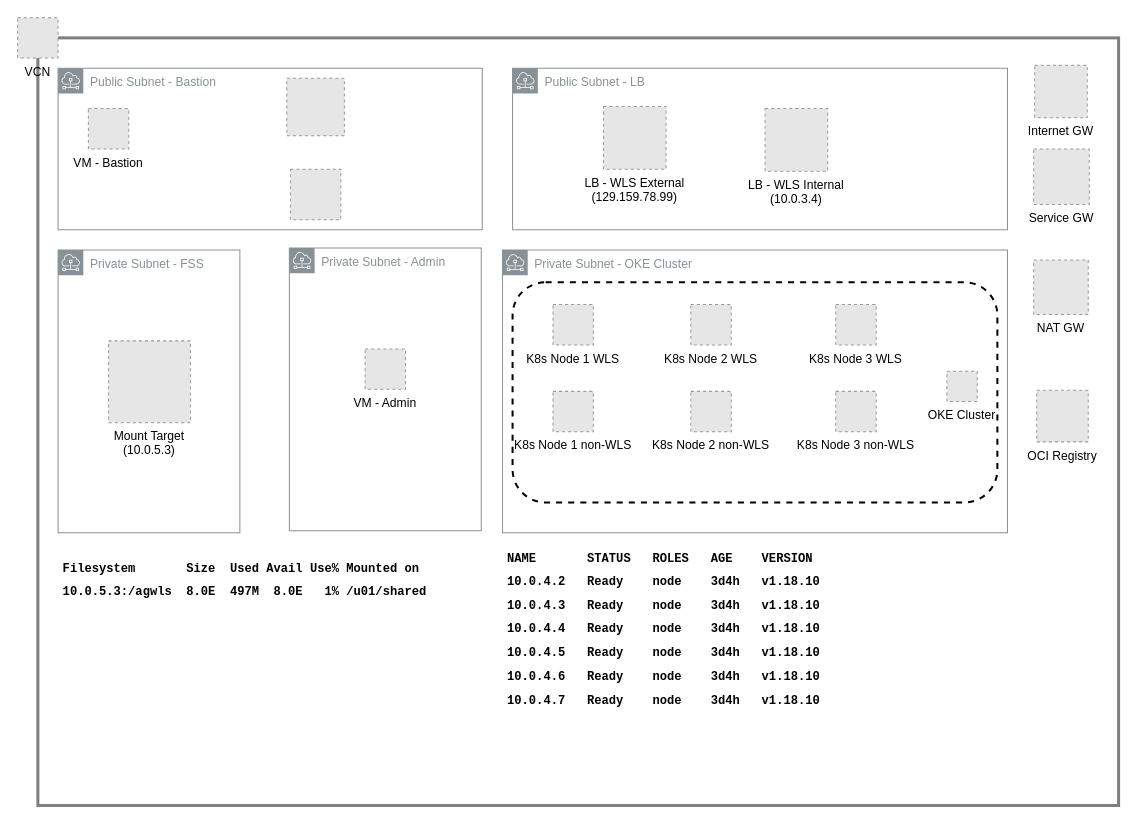
This is OCI WLS.drawio from agregory999/oci-architecture, a draw.io file, before an edit. Source tidied: cells renumbered, new cells numbered last; positions are measured from the earlier drawing's top-left corner, leaving out a move shared by most shapes. Both pictures are drawn from the tidied source at 101%, with x=0, y=0 at pixel (17, 17). Pictures stored in the file or linked from it are replaced by grey dashed boxes.
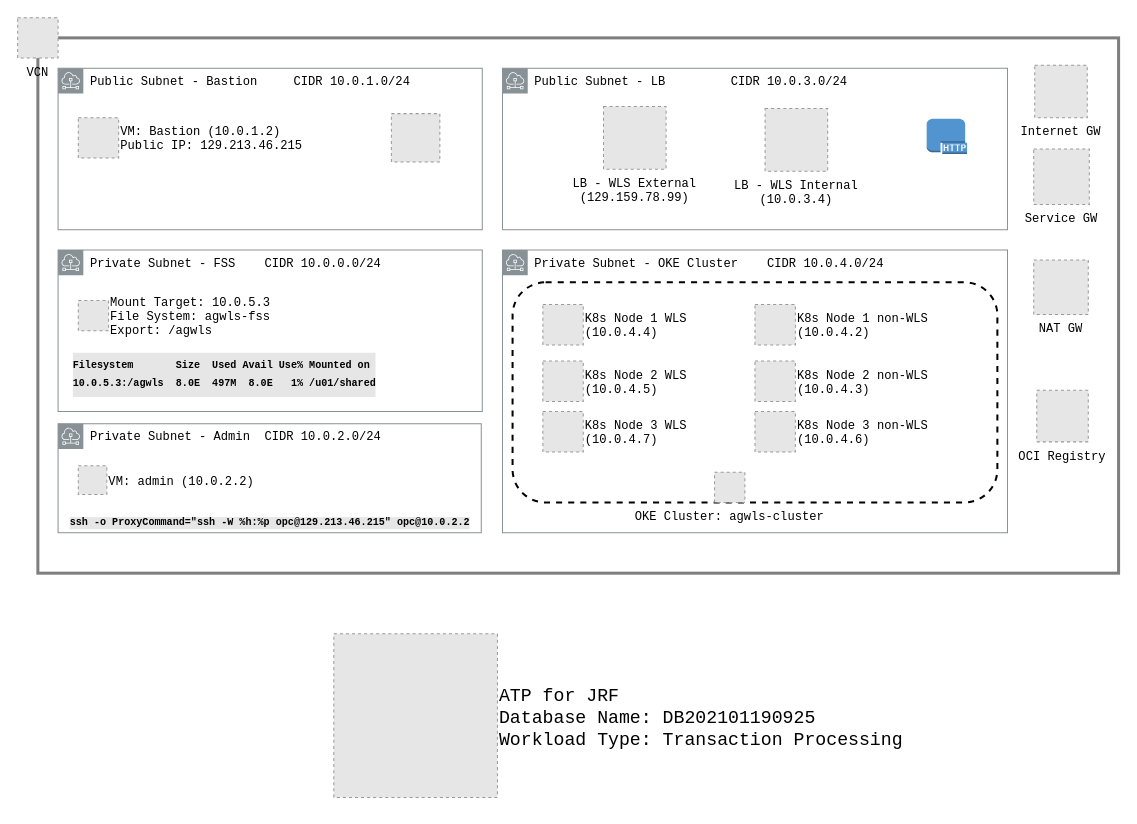
Above is the later version.

The edit, as a diff of the source:
```diff
@@
-    <mxCell id="2" style="rounded=0;whiteSpace=wrap;html=1;opacity=50;strokeWidth=3;perimeterSpacing=0;" parent="1" vertex="1">
-      <mxGeometry x="20" y="20" width="1070" height="760" as="geometry" />
+    <mxCell id="2" style="rounded=0;whiteSpace=wrap;html=1;opacity=50;strokeWidth=3;perimeterSpacing=0;fontFamily=Courier New;" parent="1" vertex="1">
+      <mxGeometry x="20" y="20" width="1070" height="530" as="geometry" />
     </mxCell>
-    <mxCell id="3" value="VCN" style="fillColor=#E6E6E6;strokeColor=#999999;dashed=1;verticalLabelPosition=bottom;verticalAlign=top;" parent="1" vertex="1">
+    <mxCell id="3" value="VCN" style="fillColor=#E6E6E6;strokeColor=#999999;dashed=1;verticalLabelPosition=bottom;verticalAlign=top;fontFamily=Courier New;" parent="1" vertex="1">
       <mxGeometry width="40" height="40" as="geometry" />
     </mxCell>
-    <mxCell id="4" value="Public Subnet - Bastion" style="gradientColor=none;html=1;whiteSpace=wrap;fontSize=12;fontStyle=0;shape=mxgraph.aws4.group;grIcon=mxgraph.aws4.group_subnet;strokeColor=#879196;fillColor=none;verticalAlign=top;align=left;spacingLeft=30;fontColor=#879196;dashed=0;" parent="1" vertex="1">
+    <mxCell id="4" value="Public Subnet - Bastion &amp;nbsp; &amp;nbsp;&amp;nbsp;CIDR 10.0.1.0/24" style="gradientColor=none;html=1;whiteSpace=wrap;fontSize=12;fontStyle=0;shape=mxgraph.aws4.group;grIcon=mxgraph.aws4.group_subnet;strokeColor=#879196;fillColor=none;verticalAlign=top;align=left;spacingLeft=30;dashed=0;fontFamily=Courier New;" parent="1" vertex="1">
       <mxGeometry x="40" y="50" width="420" height="160" as="geometry" />
     </mxCell>
-    <mxCell id="5" value="Public Subnet - LB" style="gradientColor=none;html=1;whiteSpace=wrap;fontSize=12;fontStyle=0;shape=mxgraph.aws4.group;grIcon=mxgraph.aws4.group_subnet;strokeColor=#879196;fillColor=none;verticalAlign=top;align=left;spacingLeft=30;fontColor=#879196;dashed=0;" parent="1" vertex="1">
-      <mxGeometry x="490" y="50" width="490" height="160" as="geometry" />
+    <mxCell id="5" value="Public Subnet - LB &amp;nbsp; &amp;nbsp; &amp;nbsp; &amp;nbsp; CIDR 10.0.3.0/24&amp;nbsp;" style="gradientColor=none;html=1;whiteSpace=wrap;fontSize=12;fontStyle=0;shape=mxgraph.aws4.group;grIcon=mxgraph.aws4.group_subnet;strokeColor=#879196;fillColor=none;verticalAlign=top;align=left;spacingLeft=30;dashed=0;fontFamily=Courier New;" parent="1" vertex="1">
+      <mxGeometry x="480" y="50" width="500" height="160" as="geometry" />
     </mxCell>
-    <mxCell id="6" value="Internet GW" style="fillColor=#E6E6E6;strokeColor=#999999;dashed=1;verticalLabelPosition=bottom;verticalAlign=top;" parent="1" vertex="1">
+    <mxCell id="6" value="Internet GW" style="fillColor=#E6E6E6;strokeColor=#999999;dashed=1;verticalLabelPosition=bottom;verticalAlign=top;fontFamily=Courier New;" parent="1" vertex="1">
       <mxGeometry x="1007" y="47" width="52" height="52" as="geometry" />
     </mxCell>
-    <mxCell id="7" value="LB - WLS External&#10;(129.159.78.99)" style="fillColor=#E6E6E6;strokeColor=#999999;dashed=1;verticalLabelPosition=bottom;verticalAlign=top;rotation=0;" parent="1" vertex="1">
+    <mxCell id="7" value="LB - WLS External&#10;(129.159.78.99)" style="fillColor=#E6E6E6;strokeColor=#999999;dashed=1;verticalLabelPosition=bottom;verticalAlign=top;rotation=0;fontFamily=Courier New;" parent="1" vertex="1">
       <mxGeometry x="580" y="88" width="62" height="62" as="geometry" />
     </mxCell>
-    <mxCell id="8" value="Service GW" style="fillColor=#E6E6E6;strokeColor=#999999;dashed=1;verticalLabelPosition=bottom;verticalAlign=top;" parent="1" vertex="1">
+    <mxCell id="8" value="Service GW" style="fillColor=#E6E6E6;strokeColor=#999999;dashed=1;verticalLabelPosition=bottom;verticalAlign=top;fontFamily=Courier New;" parent="1" vertex="1">
       <mxGeometry x="1006" y="130" width="55" height="55" as="geometry" />
     </mxCell>
-    <mxCell id="9" style="fillColor=#E6E6E6;strokeColor=#999999;dashed=1;verticalLabelPosition=bottom;verticalAlign=top;" parent="1" vertex="1">
-      <mxGeometry x="266.5" y="60" width="57" height="57" as="geometry" />
-    </mxCell>
-    <mxCell id="10" style="fillColor=#E6E6E6;strokeColor=#999999;dashed=1;verticalLabelPosition=bottom;verticalAlign=top;" parent="1" vertex="1">
-      <mxGeometry x="270" y="150" width="50" height="50" as="geometry" />
-    </mxCell>
-    <mxCell id="11" value="VM - Bastion" style="fillColor=#E6E6E6;strokeColor=#999999;dashed=1;verticalLabelPosition=bottom;verticalAlign=top;" parent="1" vertex="1">
-      <mxGeometry x="70" y="90" width="40" height="40" as="geometry" />
+    <mxCell id="11" value="VM: Bastion (10.0.1.2)&#10;Public IP: 129.213.46.215" style="fillColor=#E6E6E6;strokeColor=#999999;dashed=1;verticalLabelPosition=middle;verticalAlign=middle;fontFamily=Courier New;labelPosition=right;align=left;" parent="1" vertex="1">
+      <mxGeometry x="60" y="99" width="40" height="40" as="geometry" />
     </mxCell>
-    <mxCell id="12" value="NAT GW" style="fillColor=#E6E6E6;strokeColor=#999999;dashed=1;verticalLabelPosition=bottom;verticalAlign=top;" parent="1" vertex="1">
+    <mxCell id="12" value="NAT GW" style="fillColor=#E6E6E6;strokeColor=#999999;dashed=1;verticalLabelPosition=bottom;verticalAlign=top;fontFamily=Courier New;" parent="1" vertex="1">
       <mxGeometry x="1006" y="240" width="54" height="54" as="geometry" />
     </mxCell>
-    <mxCell id="13" value="LB - WLS Internal&#10;(10.0.3.4)" style="fillColor=#E6E6E6;strokeColor=#999999;dashed=1;verticalLabelPosition=bottom;verticalAlign=top;rotation=0;" parent="1" vertex="1">
+    <mxCell id="13" value="LB - WLS Internal&#10;(10.0.3.4)" style="fillColor=#E6E6E6;strokeColor=#999999;dashed=1;verticalLabelPosition=bottom;verticalAlign=top;rotation=0;fontFamily=Courier New;" parent="1" vertex="1">
       <mxGeometry x="740" y="90" width="62" height="62" as="geometry" />
     </mxCell>
-    <mxCell id="14" value="OCI Registry" style="fillColor=#E6E6E6;strokeColor=#999999;dashed=1;verticalLabelPosition=bottom;verticalAlign=top;" parent="1" vertex="1">
+    <mxCell id="14" value="OCI Registry" style="fillColor=#E6E6E6;strokeColor=#999999;dashed=1;verticalLabelPosition=bottom;verticalAlign=top;fontFamily=Courier New;" parent="1" vertex="1">
       <mxGeometry x="1009" y="369" width="51" height="51" as="geometry" />
     </mxCell>
-    <mxCell id="15" style="group;" parent="1" vertex="1">
+    <mxCell id="15" style="group;fontFamily=Courier New;" parent="1" vertex="1">
       <mxGeometry x="630" y="15" width="350" height="495" as="geometry" />
     </mxCell>
-    <mxCell id="16" style="group;" parent="15" vertex="1">
+    <mxCell id="16" style="group;fontFamily=Courier New;" parent="15" vertex="1">
       <mxGeometry x="-150" y="215" width="500" height="280" as="geometry" />
     </mxCell>
-    <mxCell id="17" style="rounded=1;whiteSpace=wrap;html=1;strokeWidth=2;dashed=1;" parent="16" vertex="1">
+    <mxCell id="17" style="rounded=1;whiteSpace=wrap;html=1;strokeWidth=2;dashed=1;fontFamily=Courier New;" parent="16" vertex="1">
       <mxGeometry x="10" y="32" width="480" height="218" as="geometry" />
     </mxCell>
-    <mxCell id="18" value="Private Subnet - OKE Cluster" style="gradientColor=none;html=1;whiteSpace=wrap;fontSize=12;fontStyle=0;shape=mxgraph.aws4.group;grIcon=mxgraph.aws4.group_subnet;strokeColor=#879196;fillColor=none;verticalAlign=top;align=left;spacingLeft=30;fontColor=#879196;dashed=0;" parent="16" vertex="1">
+    <mxCell id="18" value="&lt;font color=&quot;#000000&quot;&gt;Private Subnet - OKE Cluster &amp;nbsp; &amp;nbsp;CIDR 10.0.4.0/24&lt;/font&gt;" style="gradientColor=none;html=1;whiteSpace=wrap;fontSize=12;fontStyle=0;shape=mxgraph.aws4.group;grIcon=mxgraph.aws4.group_subnet;strokeColor=#879196;fillColor=none;verticalAlign=top;align=left;spacingLeft=30;fontColor=#879196;dashed=0;fontFamily=Courier New;" parent="16" vertex="1">
       <mxGeometry width="500" height="280" as="geometry" />
     </mxCell>
-    <mxCell id="19" value="OKE Cluster" style="fillColor=#E6E6E6;strokeColor=#999999;dashed=1;verticalLabelPosition=bottom;verticalAlign=top;" parent="16" vertex="1">
-      <mxGeometry x="440" y="120" width="30" height="30" as="geometry" />
+    <mxCell id="19" value="OKE Cluster: agwls-cluster" style="fillColor=#E6E6E6;strokeColor=#999999;dashed=1;verticalLabelPosition=bottom;verticalAlign=top;fontFamily=Courier New;" parent="16" vertex="1">
+      <mxGeometry x="210" y="220" width="30" height="30" as="geometry" />
     </mxCell>
-    <mxCell id="20" value="K8s Node 1 WLS" style="fillColor=#E6E6E6;strokeColor=#999999;dashed=1;verticalLabelPosition=bottom;verticalAlign=top;" parent="16" vertex="1">
-      <mxGeometry x="50" y="54" width="40" height="40" as="geometry" />
+    <mxCell id="20" value="K8s Node 1 WLS&#10;(10.0.4.4)" style="fillColor=#E6E6E6;strokeColor=#999999;dashed=1;verticalLabelPosition=middle;verticalAlign=middle;fontFamily=Courier New;labelPosition=right;align=left;" parent="16" vertex="1">
+      <mxGeometry x="40" y="54" width="40" height="40" as="geometry" />
     </mxCell>
-    <mxCell id="21" value="K8s Node 1 non-WLS" style="fillColor=#E6E6E6;strokeColor=#999999;dashed=1;verticalLabelPosition=bottom;verticalAlign=top;" parent="16" vertex="1">
-      <mxGeometry x="50" y="140" width="40" height="40" as="geometry" />
+    <mxCell id="21" value="K8s Node 1 non-WLS&#10;(10.0.4.2)" style="fillColor=#E6E6E6;strokeColor=#999999;dashed=1;verticalLabelPosition=middle;verticalAlign=middle;fontFamily=Courier New;labelPosition=right;align=left;" parent="16" vertex="1">
+      <mxGeometry x="250" y="54" width="40" height="40" as="geometry" />
     </mxCell>
-    <mxCell id="22" value="K8s Node 2 non-WLS" style="fillColor=#E6E6E6;strokeColor=#999999;dashed=1;verticalLabelPosition=bottom;verticalAlign=top;" parent="16" vertex="1">
-      <mxGeometry x="186.5" y="140" width="40" height="40" as="geometry" />
+    <mxCell id="22" value="K8s Node 2 non-WLS&#10;(10.0.4.3)" style="fillColor=#E6E6E6;strokeColor=#999999;dashed=1;verticalLabelPosition=middle;verticalAlign=middle;fontFamily=Courier New;labelPosition=right;align=left;" parent="16" vertex="1">
+      <mxGeometry x="250" y="110" width="40" height="40" as="geometry" />
     </mxCell>
-    <mxCell id="23" value="K8s Node 2 WLS" style="fillColor=#E6E6E6;strokeColor=#999999;dashed=1;verticalLabelPosition=bottom;verticalAlign=top;" parent="16" vertex="1">
-      <mxGeometry x="186.5" y="54" width="40" height="40" as="geometry" />
+    <mxCell id="23" value="K8s Node 2 WLS&#10;(10.0.4.5)" style="fillColor=#E6E6E6;strokeColor=#999999;dashed=1;verticalLabelPosition=middle;verticalAlign=middle;fontFamily=Courier New;labelPosition=right;align=left;" parent="16" vertex="1">
+      <mxGeometry x="40" y="110" width="40" height="40" as="geometry" />
     </mxCell>
-    <mxCell id="24" value="K8s Node 3 WLS" style="fillColor=#E6E6E6;strokeColor=#999999;dashed=1;verticalLabelPosition=bottom;verticalAlign=top;" parent="16" vertex="1">
-      <mxGeometry x="330" y="54" width="40" height="40" as="geometry" />
+    <mxCell id="24" value="K8s Node 3 WLS&#10;(10.0.4.7)" style="fillColor=#E6E6E6;strokeColor=#999999;dashed=1;verticalLabelPosition=middle;verticalAlign=middle;fontFamily=Courier New;labelPosition=right;align=left;" parent="16" vertex="1">
+      <mxGeometry x="40" y="160" width="40" height="40" as="geometry" />
     </mxCell>
-    <mxCell id="25" value="K8s Node 3 non-WLS" style="fillColor=#E6E6E6;strokeColor=#999999;dashed=1;verticalLabelPosition=bottom;verticalAlign=top;" parent="16" vertex="1">
-      <mxGeometry x="330" y="140" width="40" height="40" as="geometry" />
+    <mxCell id="25" value="K8s Node 3 non-WLS&#10;(10.0.4.6)" style="fillColor=#E6E6E6;strokeColor=#999999;dashed=1;verticalLabelPosition=middle;verticalAlign=middle;fontFamily=Courier New;labelPosition=right;align=left;" parent="16" vertex="1">
+      <mxGeometry x="250" y="160" width="40" height="40" as="geometry" />
     </mxCell>
+    <mxCell id="33" style="dashed=0;verticalLabelPosition=bottom;verticalAlign=top;align=center;html=1;shape=mxgraph.aws3.http_protocol;fillColor=#5294CF;gradientColor=none;rounded=1;labelBackgroundColor=#E6E6E6;strokeWidth=2;fontFamily=Courier New;fontSize=10;fontColor=#3333FF;" parent="15" vertex="1">
+      <mxGeometry x="270" y="85" width="40" height="35" as="geometry" />
+    </mxCell>
-    <mxCell id="26" style="group;" parent="1" vertex="1">
-      <mxGeometry x="269" y="228" width="190" height="280" as="geometry" />
+    <mxCell id="26" style="group;fontFamily=Courier New;" parent="1" vertex="1">
+      <mxGeometry x="40" y="402" width="420" height="108" as="geometry" />
     </mxCell>
-    <mxCell id="27" value="Private Subnet - Admin" style="gradientColor=none;html=1;whiteSpace=wrap;fontSize=12;fontStyle=0;shape=mxgraph.aws4.group;grIcon=mxgraph.aws4.group_subnet;strokeColor=#879196;fillColor=none;verticalAlign=top;align=left;spacingLeft=30;fontColor=#879196;dashed=0;" parent="26" vertex="1">
-      <mxGeometry width="190" height="280" as="geometry" />
+    <mxCell id="27" value="&lt;font color=&quot;#000000&quot;&gt;Private Subnet - Admin &amp;nbsp;CIDR 10.0.2.0/24&lt;/font&gt;" style="gradientColor=none;html=1;whiteSpace=wrap;fontSize=12;fontStyle=0;shape=mxgraph.aws4.group;grIcon=mxgraph.aws4.group_subnet;strokeColor=#879196;fillColor=none;verticalAlign=top;align=left;spacingLeft=30;fontColor=#879196;dashed=0;fontFamily=Courier New;" parent="26" vertex="1">
+      <mxGeometry width="419" height="108" as="geometry" />
     </mxCell>
-    <mxCell id="28" value="VM - Admin" style="fillColor=#E6E6E6;strokeColor=#999999;dashed=1;verticalLabelPosition=bottom;verticalAlign=top;" parent="26" vertex="1">
-      <mxGeometry x="75" y="100" width="40" height="40" as="geometry" />
+    <mxCell id="28" value="VM: admin (10.0.2.2)" style="fillColor=#E6E6E6;strokeColor=#999999;dashed=1;verticalLabelPosition=middle;verticalAlign=middle;fontFamily=Courier New;align=left;labelPosition=right;" parent="26" vertex="1">
+      <mxGeometry x="20" y="41.7" width="28.3" height="28.3" as="geometry" />
     </mxCell>
+    <mxCell id="34" value="&lt;font color=&quot;#000000&quot; style=&quot;font-size: 10px;&quot;&gt;ssh -o ProxyCommand=&quot;ssh -W %h:%p opc@129.213.46.215&quot; opc@10.0.2.2&lt;/font&gt;" style="text;html=1;strokeColor=none;fillColor=none;align=center;verticalAlign=middle;whiteSpace=wrap;rounded=0;dashed=1;fontSize=10;fontColor=#3333FF;fontStyle=1;labelBackgroundColor=#E6E6E6;fontFamily=Courier New;" parent="26" vertex="1">
+      <mxGeometry y="88" width="420" height="20" as="geometry" />
+    </mxCell>
-    <mxCell id="29" value="Private Subnet - FSS" style="gradientColor=none;html=1;whiteSpace=wrap;fontSize=12;fontStyle=0;shape=mxgraph.aws4.group;grIcon=mxgraph.aws4.group_subnet;strokeColor=#879196;fillColor=none;verticalAlign=top;align=left;spacingLeft=30;fontColor=#879196;dashed=0;" parent="1" vertex="1">
-      <mxGeometry x="40" y="230" width="180" height="280" as="geometry" />
+    <mxCell id="29" value="Private Subnet - FSS &amp;nbsp; &amp;nbsp;CIDR 10.0.0.0/24" style="gradientColor=none;html=1;whiteSpace=wrap;fontSize=12;fontStyle=0;shape=mxgraph.aws4.group;grIcon=mxgraph.aws4.group_subnet;strokeColor=#879196;fillColor=none;verticalAlign=top;align=left;spacingLeft=30;dashed=0;fontFamily=Courier New;" parent="1" vertex="1">
+      <mxGeometry x="40" y="230" width="420" height="160" as="geometry" />
     </mxCell>
-    <mxCell id="30" value="Mount Target&#10;(10.0.5.3)" style="fillColor=#E6E6E6;strokeColor=#999999;dashed=1;verticalLabelPosition=bottom;verticalAlign=top;" parent="1" vertex="1">
-      <mxGeometry x="90" y="320" width="81" height="81" as="geometry" />
+    <mxCell id="30" value="Mount Target: 10.0.5.3&#10;File System: agwls-fss&#10;Export: /agwls" style="fillColor=#E6E6E6;strokeColor=#999999;dashed=1;verticalLabelPosition=middle;verticalAlign=middle;fontFamily=Courier New;align=left;labelPosition=right;" parent="1" vertex="1">
+      <mxGeometry x="60" y="280" width="30" height="30" as="geometry" />
     </mxCell>
-    <mxCell id="31" value="&lt;h1 style=&quot;font-size: 12px&quot;&gt;&lt;font style=&quot;font-size: 12px&quot; face=&quot;Courier New&quot;&gt;NAME &amp;nbsp; &amp;nbsp; &amp;nbsp; STATUS &amp;nbsp; ROLES &amp;nbsp; AGE &amp;nbsp; &amp;nbsp;VERSION&lt;/font&gt;&lt;/h1&gt;&lt;h1 style=&quot;font-size: 12px&quot;&gt;&lt;font style=&quot;font-size: 12px&quot; face=&quot;Courier New&quot;&gt;10.0.4.2 &amp;nbsp; Ready &amp;nbsp; &amp;nbsp;node &amp;nbsp; &amp;nbsp;3d4h &amp;nbsp; v1.18.10&lt;/font&gt;&lt;/h1&gt;&lt;h1 style=&quot;font-size: 12px&quot;&gt;&lt;font style=&quot;font-size: 12px&quot; face=&quot;Courier New&quot;&gt;10.0.4.3 &amp;nbsp; Ready &amp;nbsp; &amp;nbsp;node &amp;nbsp; &amp;nbsp;3d4h &amp;nbsp; v1.18.10&lt;/font&gt;&lt;/h1&gt;&lt;h1 style=&quot;font-size: 12px&quot;&gt;&lt;font style=&quot;font-size: 12px&quot; face=&quot;Courier New&quot;&gt;10.0.4.4 &amp;nbsp; Ready &amp;nbsp; &amp;nbsp;node &amp;nbsp; &amp;nbsp;3d4h &amp;nbsp; v1.18.10&lt;/font&gt;&lt;/h1&gt;&lt;h1 style=&quot;font-size: 12px&quot;&gt;&lt;font style=&quot;font-size: 12px&quot; face=&quot;Courier New&quot;&gt;10.0.4.5 &amp;nbsp; Ready &amp;nbsp; &amp;nbsp;node &amp;nbsp; &amp;nbsp;3d4h &amp;nbsp; v1.18.10&lt;/font&gt;&lt;/h1&gt;&lt;h1 style=&quot;font-size: 12px&quot;&gt;&lt;font style=&quot;font-size: 12px&quot; face=&quot;Courier New&quot;&gt;10.0.4.6 &amp;nbsp; Ready &amp;nbsp; &amp;nbsp;node &amp;nbsp; &amp;nbsp;3d4h &amp;nbsp; v1.18.10&lt;/font&gt;&lt;/h1&gt;&lt;h1 style=&quot;font-size: 12px&quot;&gt;&lt;font style=&quot;font-size: 12px&quot; face=&quot;Courier New&quot;&gt;10.0.4.7 &amp;nbsp; Ready &amp;nbsp; &amp;nbsp;node &amp;nbsp; &amp;nbsp;3d4h &amp;nbsp; v1.18.10&lt;/font&gt;&lt;/h1&gt;" style="text;html=1;strokeColor=none;fillColor=none;spacing=5;spacingTop=-20;whiteSpace=wrap;overflow=hidden;rounded=0;dashed=1;fontSize=9;" parent="1" vertex="1">
-      <mxGeometry x="480" y="530" width="550" height="200" as="geometry" />
-    </mxCell>
-    <mxCell id="32" value="&lt;h1 style=&quot;font-size: 12px;&quot;&gt;&lt;font style=&quot;font-size: 12px;&quot; face=&quot;Courier New&quot;&gt;Filesystem &amp;nbsp; &amp;nbsp; &amp;nbsp; Size &amp;nbsp;Used Avail Use% Mounted on&lt;/font&gt;&lt;/h1&gt;&lt;h1 style=&quot;font-size: 12px;&quot;&gt;&lt;font style=&quot;font-size: 12px;&quot; face=&quot;Courier New&quot;&gt;10.0.5.3:/agwls &amp;nbsp;8.0E &amp;nbsp;497M &amp;nbsp;8.0E &amp;nbsp; 1% /u01/shared&lt;/font&gt;&lt;/h1&gt;" style="text;html=1;strokeColor=none;fillColor=none;spacing=5;spacingTop=-20;whiteSpace=wrap;overflow=hidden;rounded=0;dashed=1;fontSize=12;" parent="1" vertex="1">
-      <mxGeometry x="40" y="540" width="420" height="60" as="geometry" />
+    <mxCell id="32" value="&lt;h1 style=&quot;font-size: 10px;&quot;&gt;&lt;font style=&quot;font-size: 10px;&quot;&gt;Filesystem &amp;nbsp; &amp;nbsp; &amp;nbsp; Size &amp;nbsp;Used Avail Use% Mounted on&lt;/font&gt;&lt;/h1&gt;&lt;h1 style=&quot;font-size: 10px;&quot;&gt;&lt;font style=&quot;font-size: 10px;&quot;&gt;10.0.5.3:/agwls &amp;nbsp;8.0E &amp;nbsp;497M &amp;nbsp;8.0E &amp;nbsp; 1% /u01/shared&lt;/font&gt;&lt;/h1&gt;" style="text;html=1;strokeColor=none;fillColor=none;spacing=5;spacingTop=-20;whiteSpace=wrap;overflow=hidden;rounded=0;dashed=1;fontSize=10;labelBackgroundColor=#E6E6E6;fontFamily=Courier New;" parent="1" vertex="1">
+      <mxGeometry x="50" y="342" width="320" height="38" as="geometry" />
     </mxCell>
+    <mxCell id="35" style="fillColor=#E6E6E6;strokeColor=#999999;dashed=1;html=1;verticalAlign=top;verticalLabelPosition=bottom;labelBackgroundColor=#ffffff;fontFamily=Courier New;fontSize=10;fontColor=#3333FF;align=left;" parent="1" vertex="1">
+      <mxGeometry x="370" y="95" width="48" height="48" as="geometry" />
+    </mxCell>
+    <mxCell id="36" value="ATP for JRF&#10;Database Name: DB202101190925&#10;Workload Type: Transaction Processing" style="fillColor=#E6E6E6;strokeColor=#999999;dashed=1;verticalLabelPosition=middle;verticalAlign=middle;labelBackgroundColor=none;fontFamily=Courier New;fontSize=18;fontColor=#000000;align=left;labelPosition=right;" parent="1" vertex="1">
+      <mxGeometry x="313" y="610" width="162" height="162" as="geometry" />
+    </mxCell>
```
